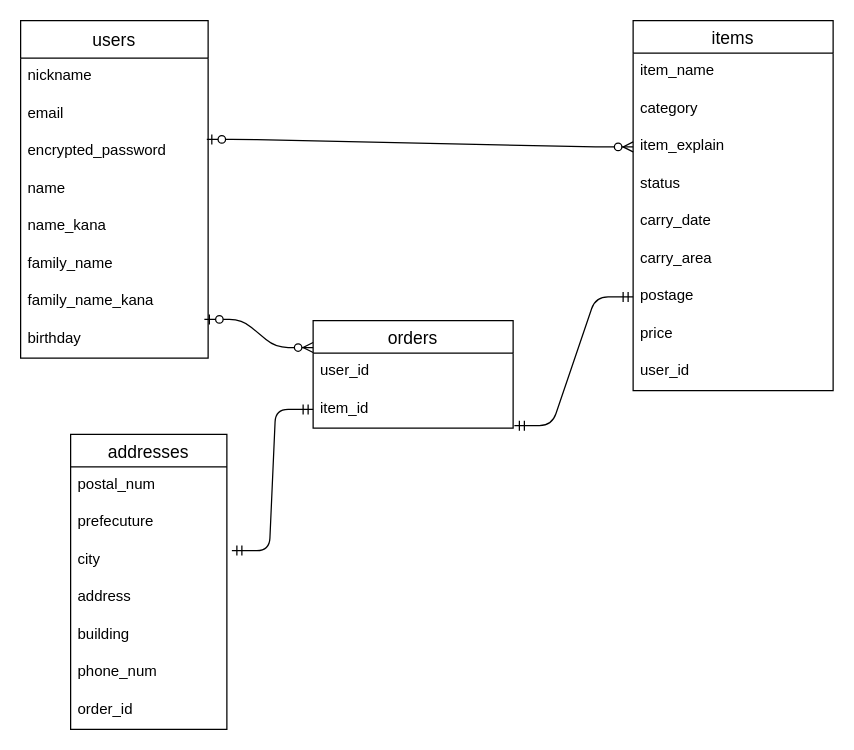
Kagiya-masahumi/furima-34262 keeps this draw.io diagram as furima.dio. Above is the earlier version. Source tidied: cells renumbered, new cells numbered last; positions are measured from the earlier drawing's top-left corner, leaving out a move shared by most shapes. Both pictures are drawn from the tidied source at 125%, with x=0, y=0 at pixel (20, 20).
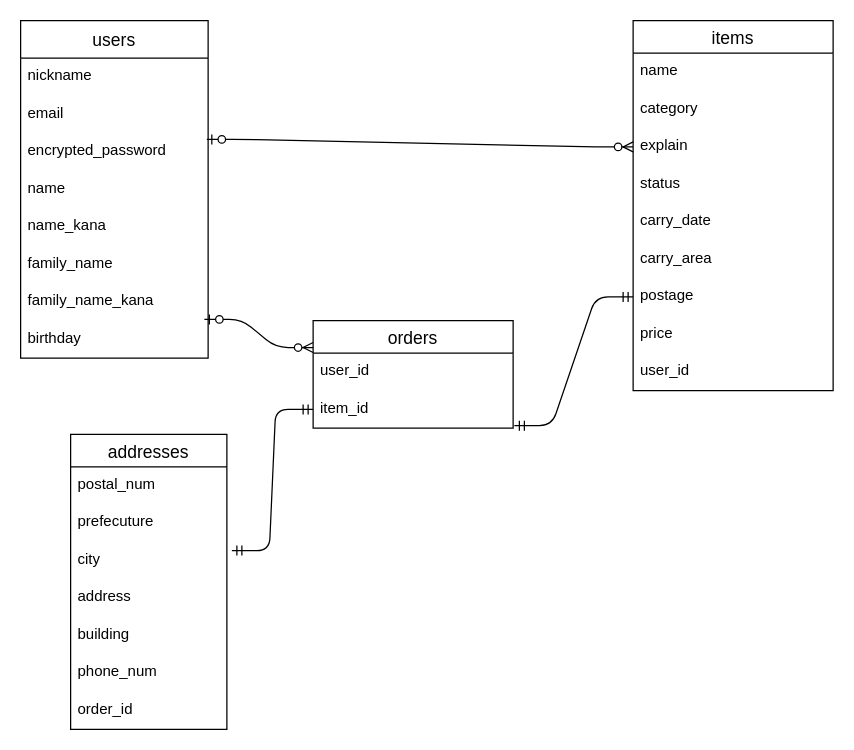
The same page after the edit.

Unchanged cells that the change refers to:
```xml
<mxCell id="11" value="items" style="swimlane;fontStyle=0;horizontal=1;startSize=26;align=center;fontSize=14;" parent="1" vertex="1">
  <mxGeometry x="490" width="160" height="296" as="geometry" />
</mxCell>
```

What changed in the source:
```diff
@@
-    <mxCell id="12" value="item_name" style="text;strokeColor=none;fillColor=none;spacingLeft=4;spacingRight=4;overflow=hidden;fontSize=12;" parent="11" vertex="1">
+    <mxCell id="12" value="name" style="text;strokeColor=none;fillColor=none;spacingLeft=4;spacingRight=4;overflow=hidden;fontSize=12;" parent="11" vertex="1">
       <mxGeometry y="26" width="160" height="30" as="geometry" />
     </mxCell>
@@
-    <mxCell id="14" value="item_explain" style="text;strokeColor=none;fillColor=none;spacingLeft=4;spacingRight=4;overflow=hidden;points=[[0,0.5],[1,0.5]];portConstraint=eastwest;fontSize=12;" parent="11" vertex="1">
+    <mxCell id="14" value="explain" style="text;strokeColor=none;fillColor=none;spacingLeft=4;spacingRight=4;overflow=hidden;points=[[0,0.5],[1,0.5]];portConstraint=eastwest;fontSize=12;" parent="11" vertex="1">
       <mxGeometry y="86" width="160" height="30" as="geometry" />
     </mxCell>
```
